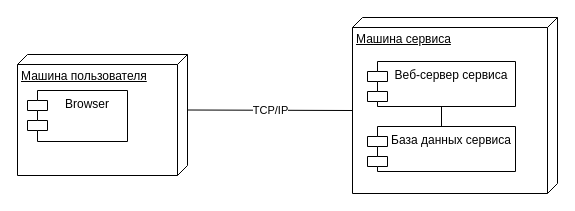
javantlang/IKINO keeps this draw.io diagram as Лаба_2/Файлы для редактирования диаграмм/Диаграмма развертывания.drawio. Above is the earlier version. Source tidied: cells renumbered, new cells numbered last; positions are measured from the earlier drawing's top-left corner, leaving out a move shared by most shapes. Both pictures are drawn from the tidied source at 100%, with x=0, y=0 at pixel (17, 17).
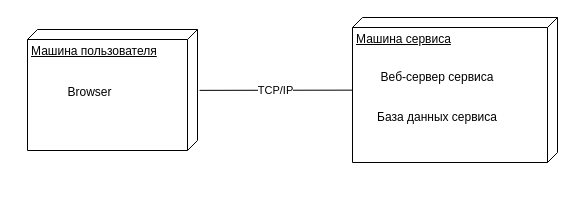
After the change.

Commit message (it also covers changes not shown here):
Обновлена диаграмма развёртывания

What changed in the source:
```diff
@@
 <mxGraphModel>
   <root>
     <mxCell id="0" />
     <mxCell id="1" parent="0" />
     <mxCell id="2" value="Машина сервиса" style="verticalAlign=top;align=left;spacingTop=8;spacingLeft=2;spacingRight=12;shape=cube;size=10;direction=south;fontStyle=4;html=1;" parent="1" vertex="1">
-      <mxGeometry x="335" width="205" height="176" as="geometry" />
+      <mxGeometry x="335" width="205" height="145" as="geometry" />
     </mxCell>
     <mxCell id="3" value="Машина пользователя" style="verticalAlign=top;align=left;spacingTop=8;spacingLeft=2;spacingRight=12;shape=cube;size=10;direction=south;fontStyle=4;html=1;" parent="1" vertex="1">
-      <mxGeometry y="37" width="170" height="121" as="geometry" />
+      <mxGeometry x="10" y="12" width="170" height="121" as="geometry" />
     </mxCell>
-    <mxCell id="4" value="TCP/IP" style="endArrow=none;html=1;rounded=0;exitX=0;exitY=0;exitDx=55.5;exitDy=0;exitPerimeter=0;entryX=0;entryY=0;entryDx=93;entryDy=205;entryPerimeter=0;" parent="1" edge="1" source="3" target="2">
+    <mxCell id="4" value="TCP/IP" style="endArrow=none;html=1;rounded=0;exitX=0.503;exitY=-0.012;exitDx=0;exitDy=0;exitPerimeter=0;" parent="1" edge="1" source="3" target="2">
       <mxGeometry relative="1" as="geometry" />
     </mxCell>
-    <mxCell id="5" value="Веб-сервер сервиса" style="shape=module;align=left;spacingLeft=20;align=center;verticalAlign=top;" parent="1" vertex="1">
-      <mxGeometry x="350" y="44" width="148" height="45" as="geometry" />
+    <mxCell id="5" value="Веб-сервер сервиса" style="rounded=0;whiteSpace=wrap;html=1;strokeColor=none;" parent="1" vertex="1">
+      <mxGeometry x="350" y="45" width="140" height="30" as="geometry" />
     </mxCell>
-    <mxCell id="6" value="База данных сервиса" style="shape=module;align=left;spacingLeft=20;align=center;verticalAlign=top;" parent="1" vertex="1">
-      <mxGeometry x="350" y="109" width="148" height="45" as="geometry" />
+    <mxCell id="6" value="База данных сервиса" style="rounded=0;whiteSpace=wrap;html=1;strokeColor=none;" parent="1" vertex="1">
+      <mxGeometry x="350" y="85" width="140" height="30" as="geometry" />
     </mxCell>
-    <mxCell id="7" style="endArrow=none;html=1;rounded=0;exitX=0.5;exitY=0;exitDx=0;exitDy=0;entryX=0.5;entryY=1;entryDx=0;entryDy=0;" parent="1" edge="1" source="6" target="5">
-      <mxGeometry relative="1" as="geometry" />
-    </mxCell>
-    <mxCell id="8" value="Browser" style="shape=module;align=left;spacingLeft=20;align=center;verticalAlign=top;" parent="1" vertex="1">
-      <mxGeometry x="10" y="73" width="100" height="51" as="geometry" />
+    <mxCell id="8" value="Browser" style="rounded=0;whiteSpace=wrap;html=1;strokeColor=none;" parent="1" vertex="1">
+      <mxGeometry x="30" y="65" width="85" height="20" as="geometry" />
     </mxCell>
   </root>
 </mxGraphModel>
```
